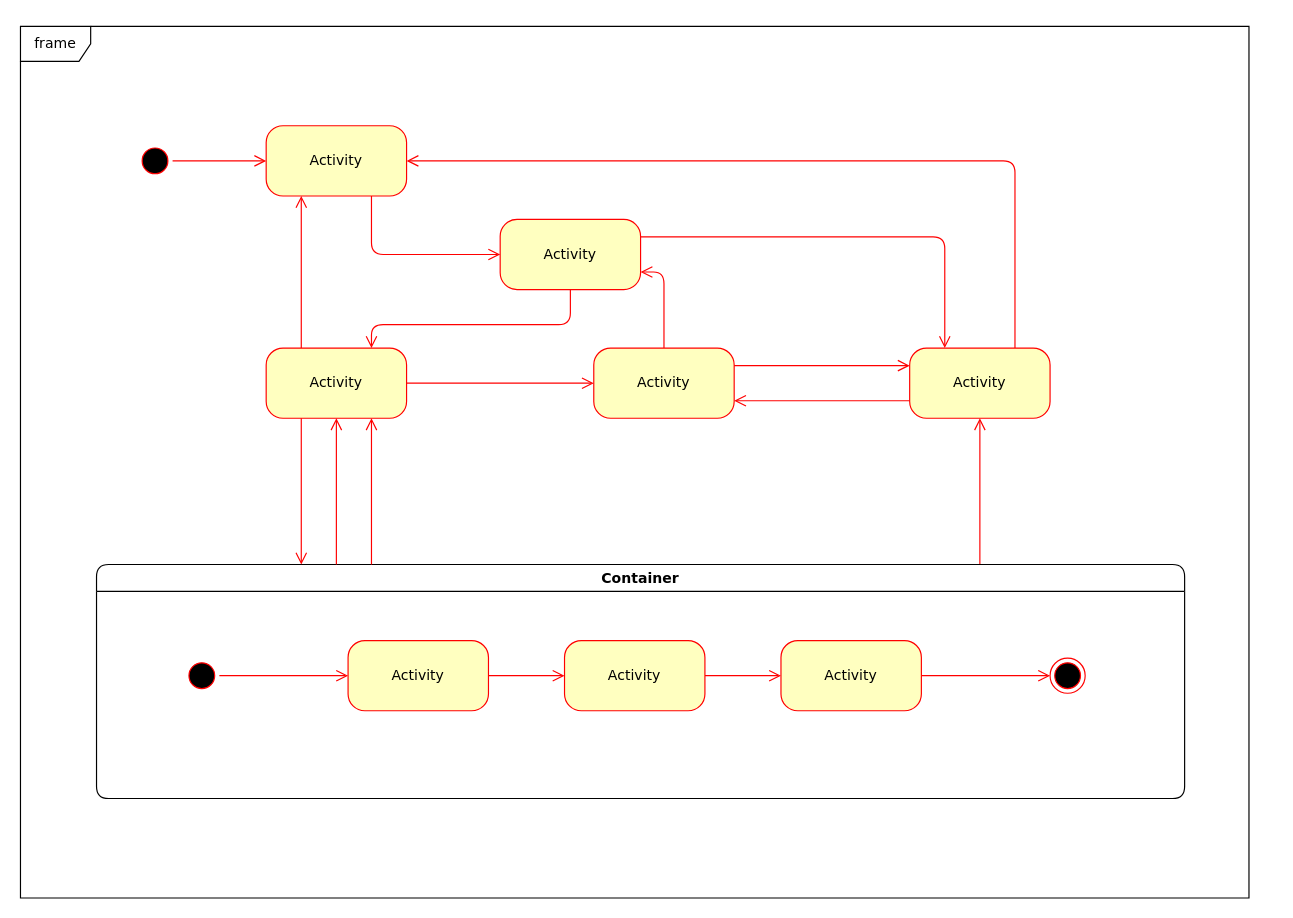
The draw.io diagram temp_co2_control_system.drawio in OZiad/UML_State_Machine_331, before the edit. Source tidied: cells renumbered, new cells numbered last; positions are measured from the earlier drawing's top-left corner, leaving out a move shared by most shapes. Both pictures are drawn from the tidied source at 117%, with x=0, y=0 at pixel (20, 26).
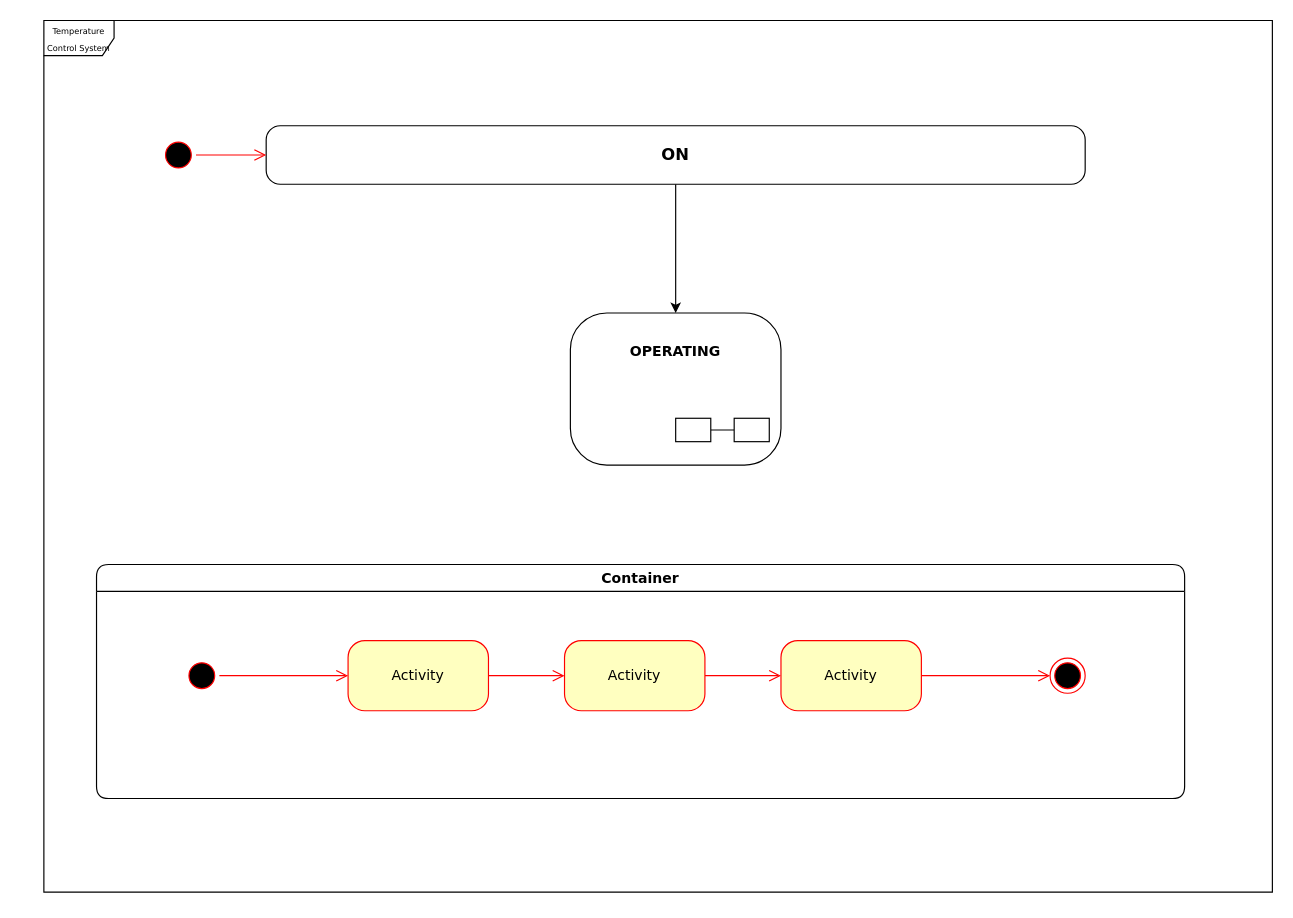
The same page after the edit.

Commit message:
Create diagram skelton

The change refers to these unchanged cells:
```xml
<mxCell id="12" value="Container" style="swimlane;whiteSpace=wrap;html=1;rounded=1;shadow=0;comic=0;labelBackgroundColor=none;strokeWidth=1;fontFamily=Verdana;fontSize=12;align=center;" parent="1" vertex="1">
  <mxGeometry x="65" y="460" width="930" height="200" as="geometry" />
</mxCell>
```

What changed in the source:
```diff
@@
+    <mxCell id="22" value="&lt;font style=&quot;font-size: 7px;&quot;&gt;Temperature Control System&lt;/font&gt;" style="shape=umlFrame;whiteSpace=wrap;html=1;rounded=1;shadow=0;comic=0;labelBackgroundColor=none;strokeWidth=1;fontFamily=Verdana;fontSize=12;align=center;" parent="1" vertex="1">
+      <mxGeometry x="20" y="-5" width="1050" height="745" as="geometry" />
+    </mxCell>
     <mxCell id="2" style="ellipse;html=1;shape=startState;fillColor=#000000;strokeColor=#ff0000;rounded=1;shadow=0;comic=0;labelBackgroundColor=none;fontFamily=Verdana;fontSize=12;fontColor=#000000;align=center;direction=south;" parent="1" vertex="1">
-      <mxGeometry x="100" y="100" width="30" height="30" as="geometry" />
+      <mxGeometry x="120" y="95" width="30" height="30" as="geometry" />
     </mxCell>
-    <mxCell id="3" value="Activity" style="rounded=1;whiteSpace=wrap;html=1;arcSize=24;fillColor=#ffffc0;strokeColor=#ff0000;shadow=0;comic=0;labelBackgroundColor=none;fontFamily=Verdana;fontSize=12;fontColor=#000000;align=center;" parent="1" vertex="1">
-      <mxGeometry x="210" y="275" width="120" height="60" as="geometry" />
-    </mxCell>
+    <mxCell id="33" style="edgeStyle=orthogonalEdgeStyle;rounded=0;jettySize=auto;html=1;" parent="1" edge="1" source="4" target="34">
+      <mxGeometry relative="1" as="geometry" />
+    </mxCell>
-    <mxCell id="4" value="Activity" style="rounded=1;whiteSpace=wrap;html=1;arcSize=24;fillColor=#ffffc0;strokeColor=#ff0000;shadow=0;comic=0;labelBackgroundColor=none;fontFamily=Verdana;fontSize=12;fontColor=#000000;align=center;" parent="1" vertex="1">
-      <mxGeometry x="210" y="85" width="120" height="60" as="geometry" />
+    <mxCell id="4" value="&lt;font style=&quot;font-size: 14px;&quot;&gt;&lt;b&gt;ON&lt;/b&gt;&lt;/font&gt;" style="rounded=1;whiteSpace=wrap;html=1;arcSize=24;shadow=0;comic=0;labelBackgroundColor=none;fontFamily=Verdana;fontSize=12;align=center;" parent="1" vertex="1">
+      <mxGeometry x="210" y="85" width="700" height="50" as="geometry" />
     </mxCell>
-    <mxCell id="5" style="edgeStyle=orthogonalEdgeStyle;html=1;exitX=1;exitY=0.25;entryX=0.25;entryY=0;labelBackgroundColor=none;endArrow=open;endSize=8;strokeColor=#ff0000;fontFamily=Verdana;fontSize=12;align=left;" parent="1" edge="1" source="6" target="9">
-      <mxGeometry relative="1" as="geometry" />
-    </mxCell>
-    <mxCell id="6" value="Activity" style="rounded=1;whiteSpace=wrap;html=1;arcSize=24;fillColor=#ffffc0;strokeColor=#ff0000;shadow=0;comic=0;labelBackgroundColor=none;fontFamily=Verdana;fontSize=12;fontColor=#000000;align=center;" parent="1" vertex="1">
-      <mxGeometry x="410" y="165" width="120" height="60" as="geometry" />
-    </mxCell>
-    <mxCell id="7" style="edgeStyle=orthogonalEdgeStyle;html=1;exitX=0.75;exitY=0;entryX=1;entryY=0.5;labelBackgroundColor=none;endArrow=open;endSize=8;strokeColor=#ff0000;fontFamily=Verdana;fontSize=12;align=left;" parent="1" edge="1" source="9" target="4">
-      <mxGeometry relative="1" as="geometry">
-        <Array as="points">
-          <mxPoint x="850" y="115" />
-        </Array>
-      </mxGeometry>
-    </mxCell>
-    <mxCell id="8" style="edgeStyle=elbowEdgeStyle;html=1;exitX=0;exitY=0.75;entryX=1;entryY=0.75;labelBackgroundColor=none;endArrow=open;endSize=8;strokeColor=#ff0000;fontFamily=Verdana;fontSize=12;align=left;" parent="1" edge="1" source="9" target="10">
-      <mxGeometry relative="1" as="geometry" />
-    </mxCell>
-    <mxCell id="9" value="Activity" style="rounded=1;whiteSpace=wrap;html=1;arcSize=24;fillColor=#ffffc0;strokeColor=#ff0000;shadow=0;comic=0;labelBackgroundColor=none;fontFamily=Verdana;fontSize=12;fontColor=#000000;align=center;" parent="1" vertex="1">
-      <mxGeometry x="760" y="275" width="120" height="60" as="geometry" />
-    </mxCell>
-    <mxCell id="10" value="Activity" style="rounded=1;whiteSpace=wrap;html=1;arcSize=24;fillColor=#ffffc0;strokeColor=#ff0000;shadow=0;comic=0;labelBackgroundColor=none;fontFamily=Verdana;fontSize=12;fontColor=#000000;align=center;" parent="1" vertex="1">
-      <mxGeometry x="490" y="275" width="120" height="60" as="geometry" />
-    </mxCell>
-    <mxCell id="11" style="edgeStyle=elbowEdgeStyle;html=1;labelBackgroundColor=none;endArrow=open;endSize=8;strokeColor=#ff0000;fontFamily=Verdana;fontSize=12;align=left;" parent="1" edge="1" source="12" target="9">
-      <mxGeometry relative="1" as="geometry" />
-    </mxCell>
@@
-    <mxCell id="22" value="frame" style="shape=umlFrame;whiteSpace=wrap;html=1;rounded=1;shadow=0;comic=0;labelBackgroundColor=none;strokeWidth=1;fontFamily=Verdana;fontSize=12;align=center;" parent="1" vertex="1">
-      <mxGeometry width="1050" height="745" as="geometry" />
-    </mxCell>
@@
-    <mxCell id="24" style="edgeStyle=orthogonalEdgeStyle;html=1;labelBackgroundColor=none;endArrow=open;endSize=8;strokeColor=#ff0000;fontFamily=Verdana;fontSize=12;align=left;entryX=0;entryY=0.5;" parent="1" edge="1" source="4" target="6">
-      <mxGeometry relative="1" as="geometry">
-        <Array as="points">
-          <mxPoint x="300" y="195" />
-        </Array>
-      </mxGeometry>
-    </mxCell>
-    <mxCell id="25" style="edgeStyle=orthogonalEdgeStyle;html=1;entryX=0.75;entryY=0;labelBackgroundColor=none;endArrow=open;endSize=8;strokeColor=#ff0000;fontFamily=Verdana;fontSize=12;align=left;exitX=0.5;exitY=1;" parent="1" edge="1" source="6" target="3">
-      <mxGeometry relative="1" as="geometry">
-        <Array as="points">
-          <mxPoint x="470" y="255" />
-          <mxPoint x="300" y="255" />
-        </Array>
-      </mxGeometry>
-    </mxCell>
-    <mxCell id="26" style="edgeStyle=orthogonalEdgeStyle;html=1;exitX=0.25;exitY=0;entryX=0.25;entryY=1;labelBackgroundColor=none;endArrow=open;endSize=8;strokeColor=#ff0000;fontFamily=Verdana;fontSize=12;align=left;" parent="1" edge="1" source="3" target="4">
-      <mxGeometry relative="1" as="geometry" />
-    </mxCell>
-    <mxCell id="27" style="edgeStyle=orthogonalEdgeStyle;html=1;exitX=1;exitY=0.5;entryX=0;entryY=0.5;labelBackgroundColor=none;endArrow=open;endSize=8;strokeColor=#ff0000;fontFamily=Verdana;fontSize=12;align=left;" parent="1" edge="1" source="3" target="10">
-      <mxGeometry relative="1" as="geometry" />
-    </mxCell>
-    <mxCell id="28" style="edgeStyle=orthogonalEdgeStyle;html=1;exitX=0.5;exitY=0;entryX=1;entryY=0.75;labelBackgroundColor=none;endArrow=open;endSize=8;strokeColor=#ff0000;fontFamily=Verdana;fontSize=12;align=left;" parent="1" edge="1" source="10" target="6">
-      <mxGeometry relative="1" as="geometry" />
-    </mxCell>
-    <mxCell id="29" style="edgeStyle=orthogonalEdgeStyle;html=1;exitX=1;exitY=0.25;entryX=0;entryY=0.25;labelBackgroundColor=none;endArrow=open;endSize=8;strokeColor=#ff0000;fontFamily=Verdana;fontSize=12;align=left;" parent="1" edge="1" source="10" target="9">
-      <mxGeometry relative="1" as="geometry" />
-    </mxCell>
-    <mxCell id="30" style="edgeStyle=elbowEdgeStyle;html=1;labelBackgroundColor=none;endArrow=open;endSize=8;strokeColor=#ff0000;fontFamily=Verdana;fontSize=12;align=left;entryX=0.75;entryY=1;" parent="1" edge="1" source="12" target="3">
-      <mxGeometry relative="1" as="geometry" />
-    </mxCell>
-    <mxCell id="31" style="edgeStyle=elbowEdgeStyle;html=1;labelBackgroundColor=none;endArrow=open;endSize=8;strokeColor=#ff0000;fontFamily=Verdana;fontSize=12;align=left;entryX=0.5;entryY=1;" parent="1" edge="1" source="12" target="3">
-      <mxGeometry relative="1" as="geometry" />
-    </mxCell>
-    <mxCell id="32" style="edgeStyle=elbowEdgeStyle;html=1;labelBackgroundColor=none;endArrow=open;endSize=8;strokeColor=#ff0000;fontFamily=Verdana;fontSize=12;align=left;exitX=0.25;exitY=1;" parent="1" edge="1" source="3" target="12">
-      <mxGeometry relative="1" as="geometry" />
-    </mxCell>
+    <mxCell id="34" value="&lt;span style=&quot;font-size: 14px;&quot;&gt;&lt;b style=&quot;font-size: 12px;&quot;&gt;&lt;br&gt;OPERATING&lt;/b&gt;&lt;/span&gt;" style="rounded=1;whiteSpace=wrap;html=1;arcSize=24;shadow=0;comic=0;labelBackgroundColor=none;fontFamily=Verdana;fontSize=12;align=center;verticalAlign=top;horizontal=1;" parent="1" vertex="1">
+      <mxGeometry x="470" y="245" width="180" height="130" as="geometry" />
+    </mxCell>
+    <mxCell id="35" style="edgeStyle=orthogonalEdgeStyle;rounded=0;jettySize=auto;html=1;endArrow=none;endFill=0;" parent="1" edge="1" source="36" target="37">
+      <mxGeometry relative="1" as="geometry" />
+    </mxCell>
+    <mxCell id="36" style="rounded=0;whiteSpace=wrap;html=1;" parent="1" vertex="1">
+      <mxGeometry x="560" y="335" width="30" height="20" as="geometry" />
+    </mxCell>
+    <mxCell id="37" style="rounded=0;whiteSpace=wrap;html=1;" parent="1" vertex="1">
+      <mxGeometry x="610" y="335" width="30" height="20" as="geometry" />
+    </mxCell>
```
